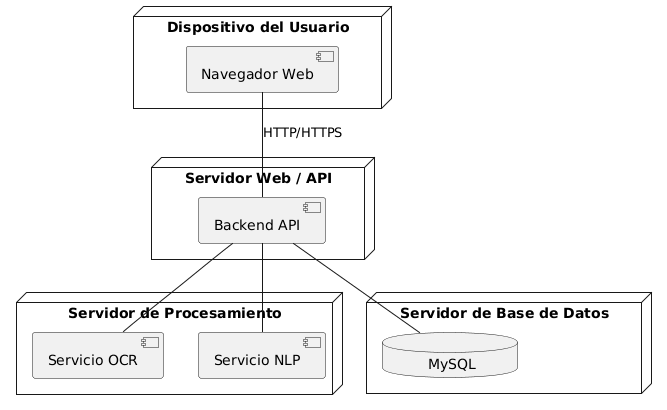
Earlier version of the PlantUML export Imagenes/DiagramaDeDespliegue.png (Diego1865/reporteTT).
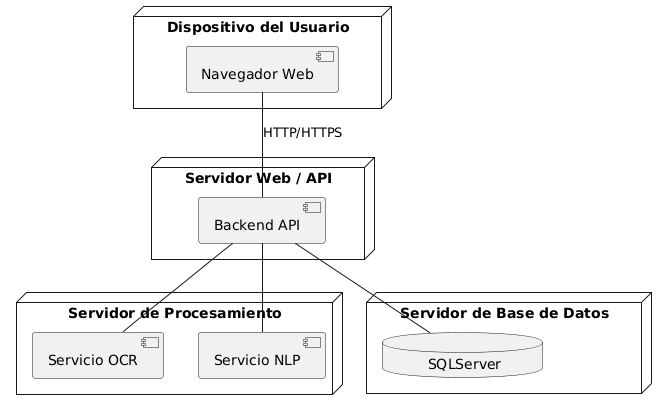
The same diagram one commit later.

Commit message:
Fix Diagrama de despliegue

Diff of the diagram source:
```diff
@@ -16,7 +16,7 @@
 }
 
 node "Servidor de Base de Datos" {
-  database "        MySQL       "
+  database "        SQLServer       "
 }
 
 "Navegador Web" -- "Backend API" : HTTP/HTTPS
@@ -25,5 +25,5 @@
 
 "Backend API" -- "Servicio NLP"
 
-"Backend API" -- "        MySQL       "
+"Backend API" -- "        SQLServer       "
 @enduml
```
